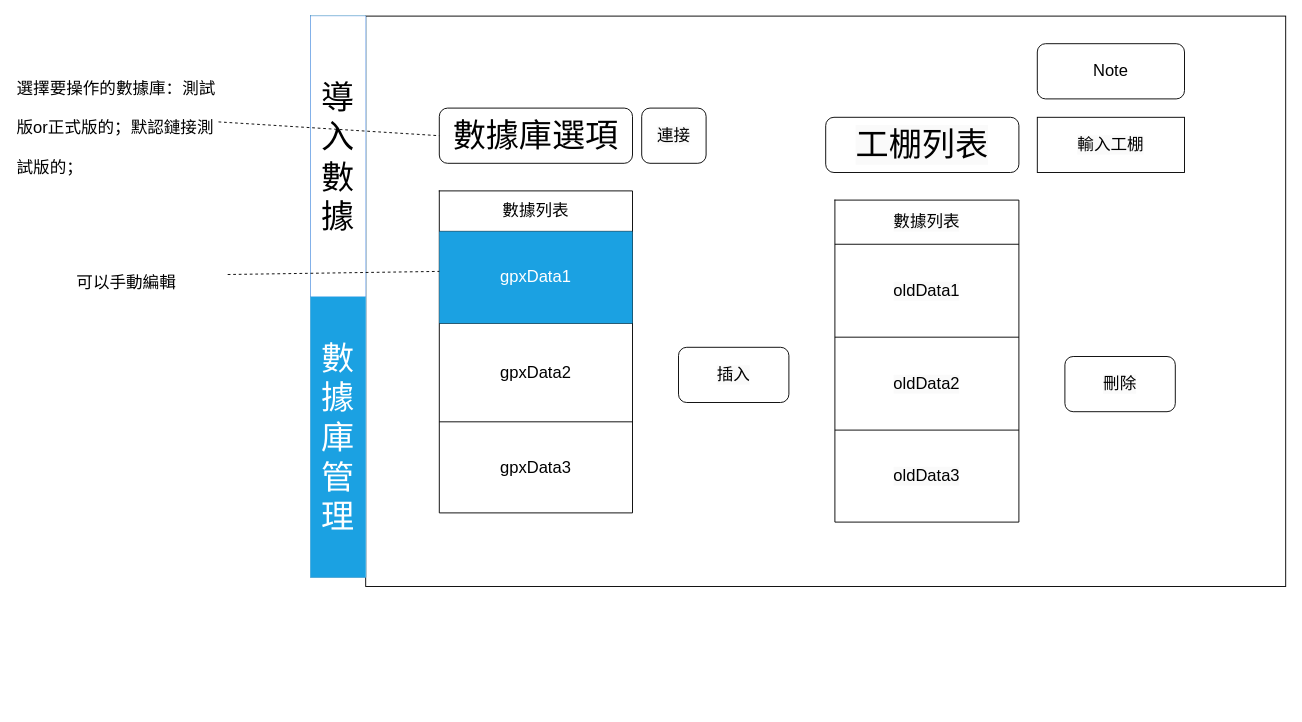
This is page "Page-2" (2 of 2) of highSpeedRoads.drawio from pengzhen80/PigeonRace, a draw.io file, before an edit. Source tidied: cells renumbered, new cells numbered last; positions are measured from the earlier drawing's top-left corner, leaving out a move shared by most shapes. Both pictures are drawn from the tidied source at 92%, with x=0, y=0 at pixel (16, 16).
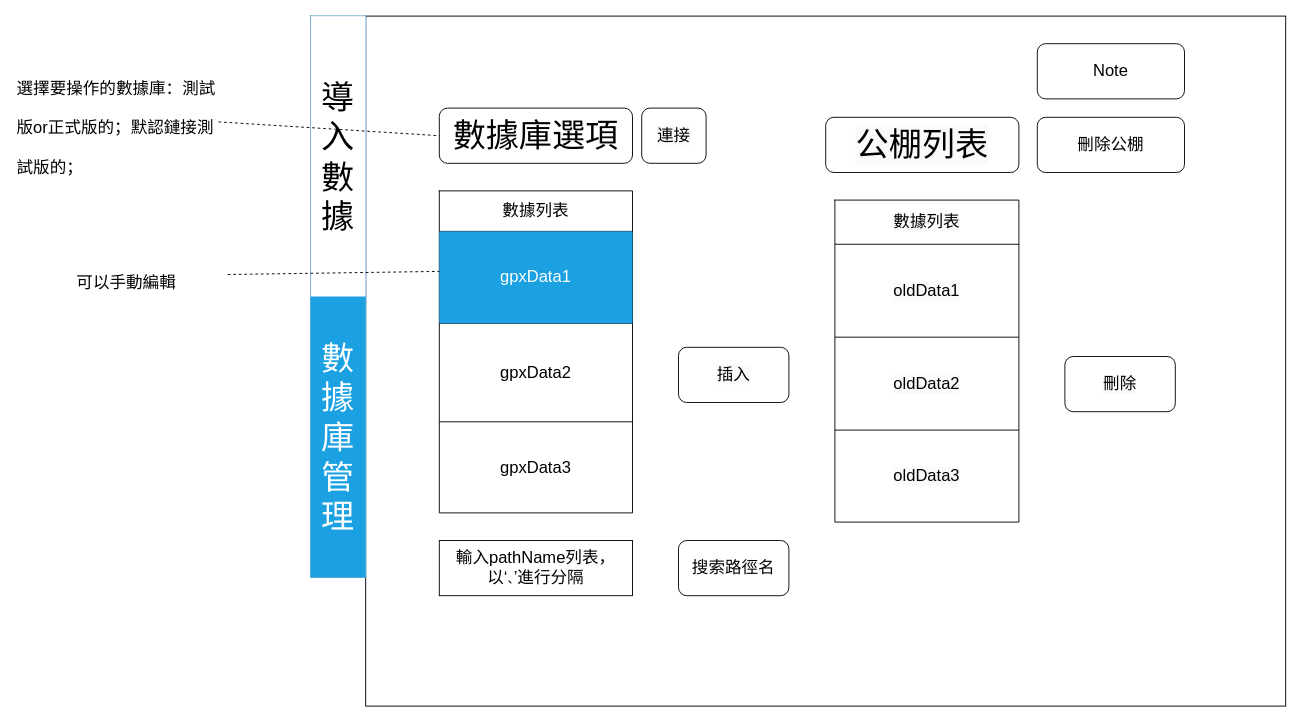
After the change.

The edit, as a diff of the source:
```diff
@@
     <mxCell id="2" style="rounded=0;whiteSpace=wrap;html=1;labelBackgroundColor=#FAFAFA;fontSize=18;fontColor=#000000;" parent="1" vertex="1">
-      <mxGeometry x="380" width="1000" height="620" as="geometry" />
+      <mxGeometry x="380" width="1000" height="750" as="geometry" />
     </mxCell>
@@
-    <mxCell id="20" value="&lt;span&gt;工棚列表&lt;/span&gt;" style="rounded=1;whiteSpace=wrap;html=1;labelBackgroundColor=#FAFAFA;fontSize=36;fontColor=#000000;" parent="1" vertex="1">
+    <mxCell id="20" value="&lt;span&gt;公棚列表&lt;/span&gt;" style="rounded=1;whiteSpace=wrap;html=1;labelBackgroundColor=#FAFAFA;fontSize=36;fontColor=#000000;" parent="1" vertex="1">
       <mxGeometry x="880" y="110" width="210" height="60" as="geometry" />
     </mxCell>
-    <mxCell id="21" value="輸入工棚" style="rounded=0;whiteSpace=wrap;html=1;labelBackgroundColor=#FAFAFA;fontSize=18;fontColor=#000000;" parent="1" vertex="1">
-      <mxGeometry x="1110" y="110" width="160" height="60" as="geometry" />
-    </mxCell>
@@
+    <mxCell id="37" value="&lt;font style=&quot;font-size: 18px;&quot;&gt;刪除公棚&lt;/font&gt;" style="rounded=1;whiteSpace=wrap;html=1;" parent="1" vertex="1">
+      <mxGeometry x="1110" y="110" width="160" height="60" as="geometry" />
+    </mxCell>
+    <mxCell id="38" value="輸入pathName列表，以‘&lt;span style=&quot;font-family: apple-system, BlinkMacSystemFont, &amp;quot;Segoe UI&amp;quot;, &amp;quot;Apple Color Emoji&amp;quot;, &amp;quot;Segoe UI Emoji&amp;quot;, &amp;quot;Segoe UI Web&amp;quot;, sans-serif; font-size: 10pt; background-color: transparent; text-align: start;&quot;&gt;、&lt;/span&gt;&lt;span style=&quot;background-color: initial;&quot;&gt;’進行分隔&lt;/span&gt;" style="rounded=0;whiteSpace=wrap;html=1;fontSize=18;" parent="1" vertex="1">
+      <mxGeometry x="460" y="570" width="210" height="60" as="geometry" />
+    </mxCell>
+    <mxCell id="39" value="搜索路徑名" style="rounded=1;whiteSpace=wrap;html=1;fontSize=18;" parent="1" vertex="1">
+      <mxGeometry x="720" y="570" width="120" height="60" as="geometry" />
+    </mxCell>
```
